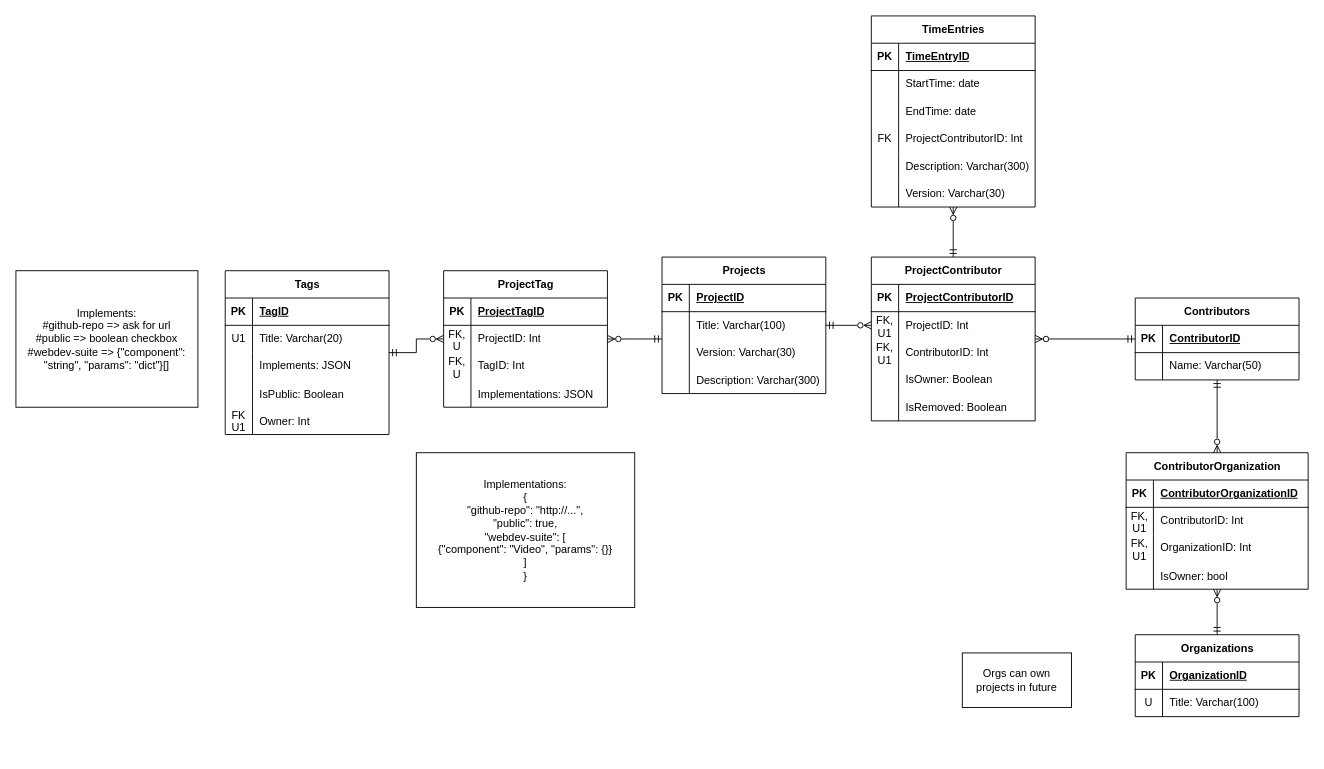
Earlier version of the draw.io diagram Documentation/projectmanager.drawio (TheChar/SphereAPI). Source tidied: cells renumbered, new cells numbered last; positions are measured from the earlier drawing's top-left corner, leaving out a move shared by most shapes. Both pictures are drawn from the tidied source at 91%, with x=0, y=0 at pixel (15, 15).
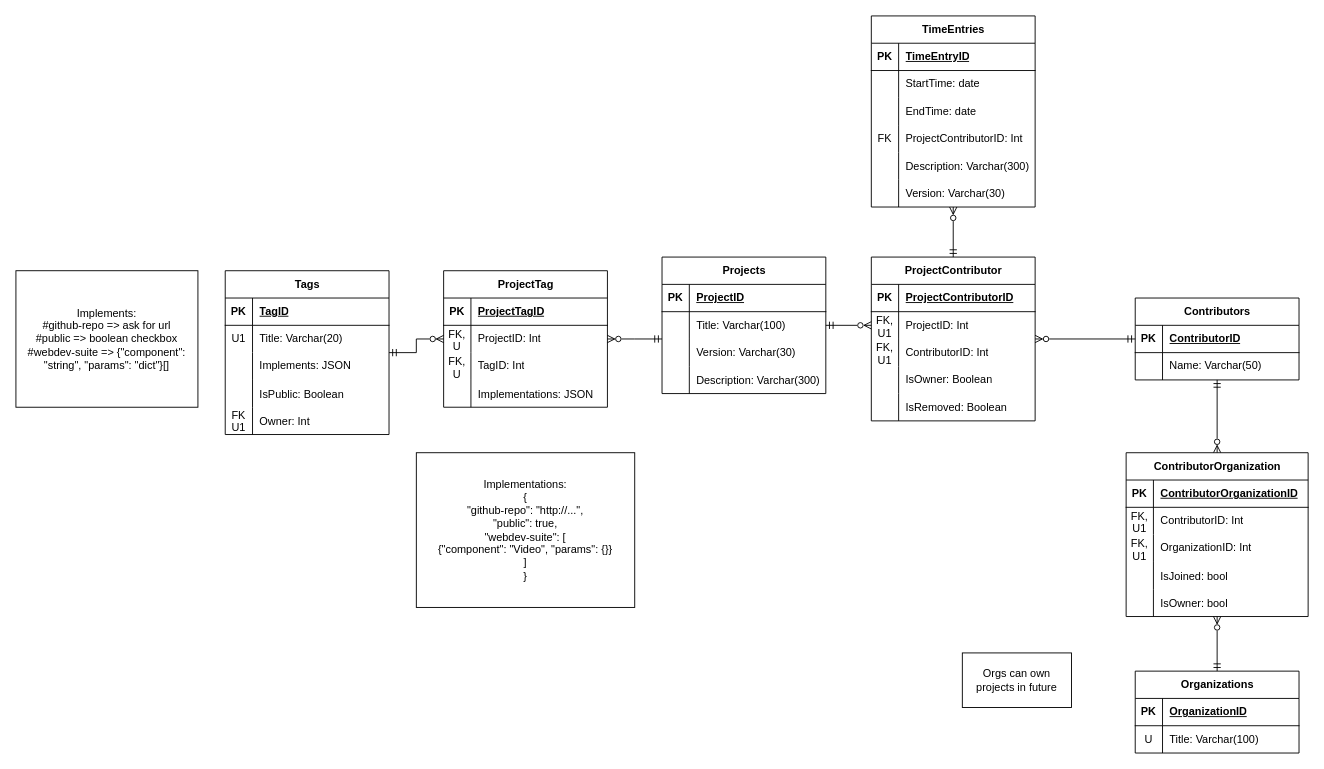
The same page after the edit.

Change to the diagram source:
```diff
@@
     <mxCell id="93" value="Organizations" style="shape=table;startSize=30;childLayout=tableLayout;rowLines=0;fontStyle=1;align=center;html=1;" parent="1" vertex="1">
-      <mxGeometry x="1230" y="680" width="180" height="90" as="geometry" />
+      <mxGeometry x="1230" y="720" width="180" height="90" as="geometry" />
     </mxCell>
@@
     <mxCell id="100" value="ContributorOrganization" style="shape=table;startSize=30;childLayout=tableLayout;rowLines=0;fontStyle=1;align=center;html=1;" parent="1" vertex="1">
-      <mxGeometry x="1220" y="480" width="200" height="150" as="geometry" />
+      <mxGeometry x="1220" y="480" width="200" height="180" as="geometry" />
     </mxCell>
@@
+    <mxCell id="116" style="shape=tableRow;horizontal=0;startSize=0;swimlaneHead=0;swimlaneBody=0;fillColor=none;top=0;left=0;right=0;bottom=0;" parent="100" vertex="1">
+      <mxGeometry y="120" width="200" height="30" as="geometry" />
+    </mxCell>
+    <mxCell id="117" style="shape=partialRectangle;fillColor=none;top=0;left=0;bottom=0;right=0;overflow=hidden;" parent="116" vertex="1">
+      <mxGeometry width="30" height="30" as="geometry" />
+    </mxCell>
+    <mxCell id="118" value="IsJoined: bool" style="shape=partialRectangle;fillColor=none;top=0;left=0;bottom=0;right=0;align=left;spacingLeft=6;overflow=hidden;" parent="116" vertex="1">
+      <mxGeometry x="30" width="170" height="30" as="geometry" />
+    </mxCell>
     <mxCell id="110" style="shape=tableRow;horizontal=0;startSize=0;swimlaneHead=0;swimlaneBody=0;fillColor=none;top=0;left=0;right=0;bottom=0;" parent="100" vertex="1">
-      <mxGeometry y="120" width="200" height="30" as="geometry" />
+      <mxGeometry y="150" width="200" height="30" as="geometry" />
     </mxCell>
```
